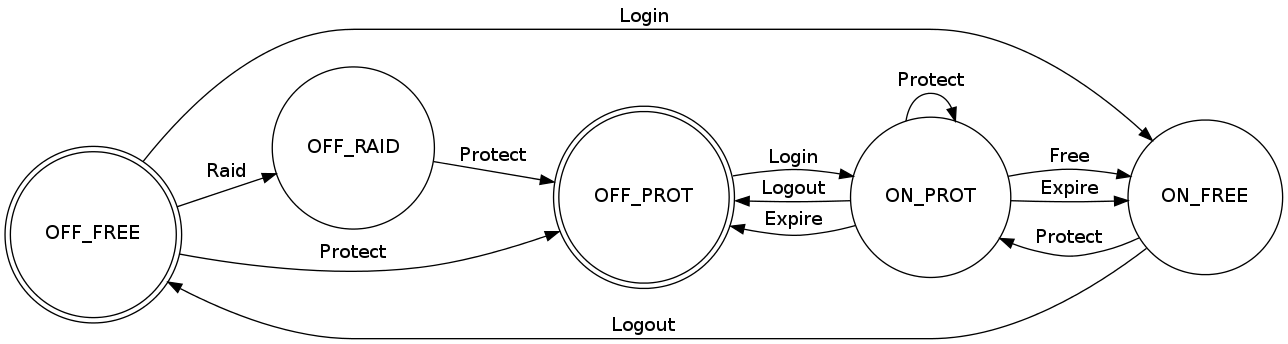
The Graphviz diagram doc/fsm.png in xtaci/gonet, before a commit. Its source is kept beside it as doc/fsm.dot. The source it was exported from:
```dot
digraph G {
	rankdir=LR;
	node [shape = doublecircle]; OFF_FREE OFF_PROT;
	node [shape = circle];
	OFF_FREE->ON_FREE [label="Login"];
	OFF_FREE->OFF_RAID [label="Raid"];
	OFF_FREE->OFF_PROT [label="Protect"];
	OFF_PROT->ON_PROT [label="Login"]
	OFF_RAID->OFF_PROT [label="Protect"]
	ON_FREE->OFF_FREE [label="Logout"];
	ON_FREE->ON_PROT [label="Protect"]
	ON_PROT->OFF_PROT [label="Logout"]
	ON_PROT->OFF_PROT [label="Expire"]
	ON_PROT->ON_FREE [label="Free"]
	ON_PROT->ON_FREE [label="Expire"]
	ON_PROT->ON_PROT [label="Protect"]
}
```
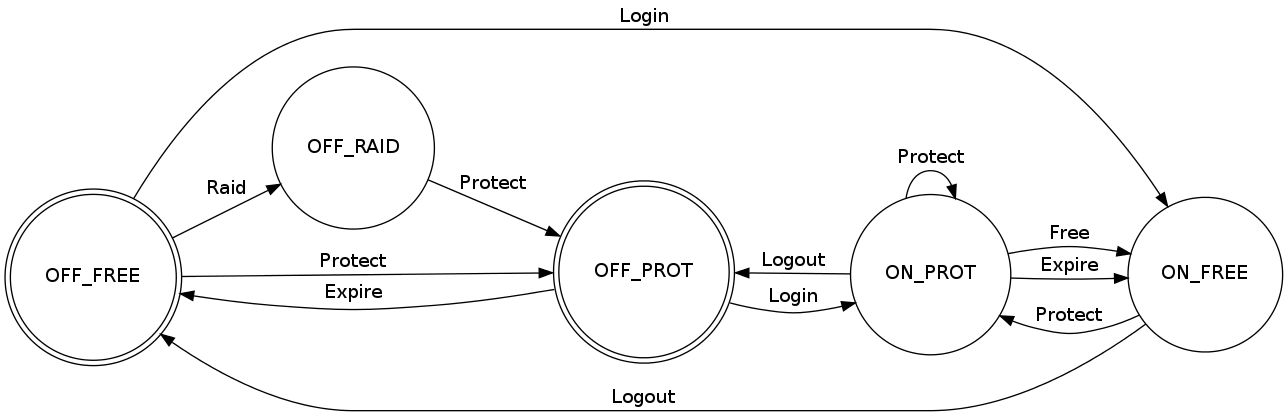
After the change.

Diff of the diagram source:
```diff
@@ -5,13 +5,13 @@
 	OFF_FREE->ON_FREE [label="Login"];
 	OFF_FREE->OFF_RAID [label="Raid"];
 	OFF_FREE->OFF_PROT [label="Protect"];
-	OFF_PROT->ON_PROT [label="Login"]
-	OFF_RAID->OFF_PROT [label="Protect"]
+	OFF_PROT->ON_PROT [label="Login"];
+	OFF_RAID->OFF_PROT [label="Protect"];
+	OFF_PROT->OFF_FREE [label="Expire"];
 	ON_FREE->OFF_FREE [label="Logout"];
-	ON_FREE->ON_PROT [label="Protect"]
-	ON_PROT->OFF_PROT [label="Logout"]
-	ON_PROT->OFF_PROT [label="Expire"]
-	ON_PROT->ON_FREE [label="Free"]
-	ON_PROT->ON_FREE [label="Expire"]
-	ON_PROT->ON_PROT [label="Protect"]
+	ON_FREE->ON_PROT [label="Protect"];
+	ON_PROT->OFF_PROT [label="Logout"];
+	ON_PROT->ON_FREE [label="Free"];
+	ON_PROT->ON_FREE [label="Expire"];
+	ON_PROT->ON_PROT [label="Protect"];
 }
```
